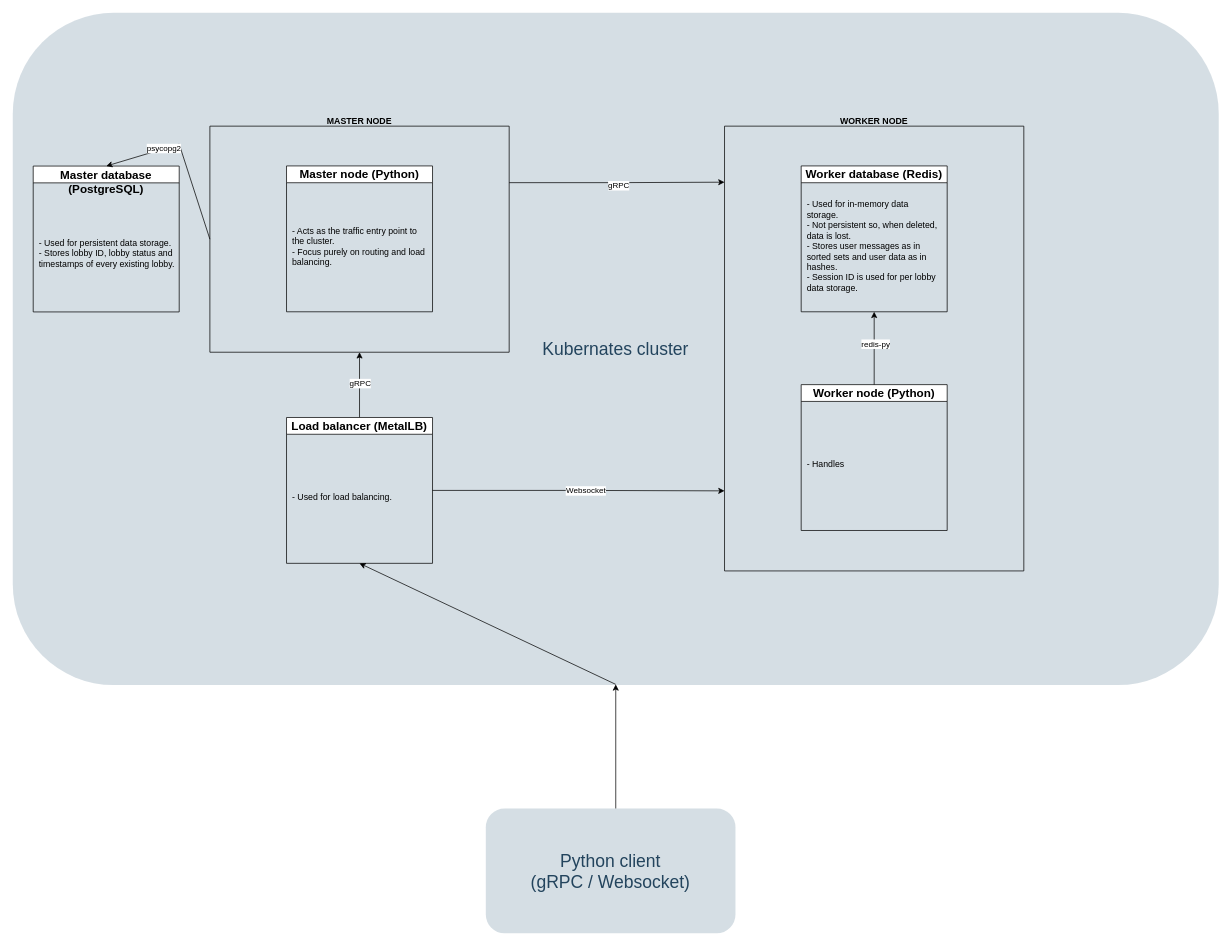
Above: system_architecture.drawio in mrMikoma/Guess-a-word (draw.io), before the change. Source tidied: cells renumbered, new cells numbered last; positions are measured from the earlier drawing's top-left corner, leaving out a move shared by most shapes. Both pictures are drawn from the tidied source at 73%, with x=0, y=0 at pixel (12, 12).
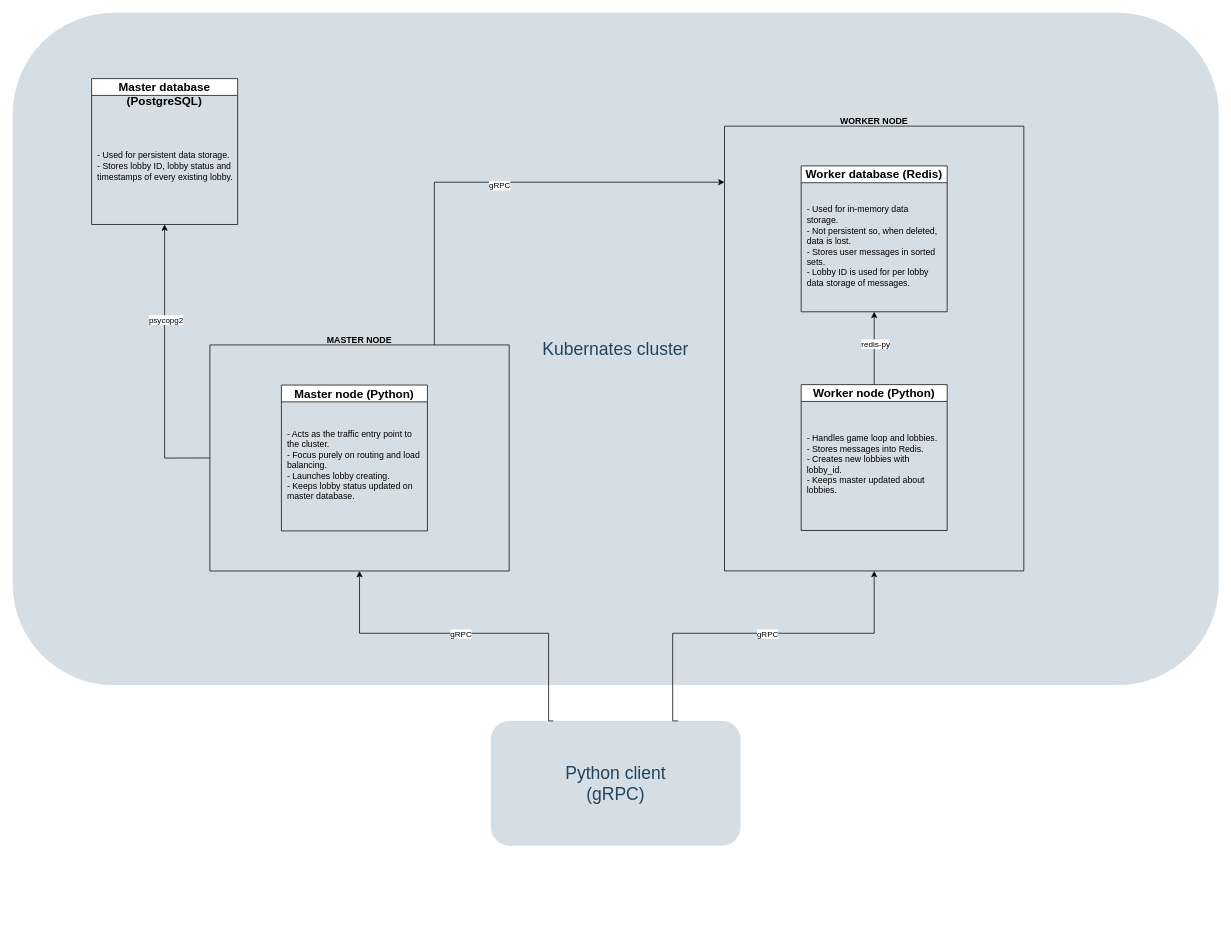
The same page after the edit.

The change refers to these unchanged cells:
```xml
<mxCell id="2" style="group;" parent="1" vertex="1">
  <mxGeometry width="1652" height="920" as="geometry" />
</mxCell>
<mxCell id="4" style="group;" parent="2" vertex="1">
  <mxGeometry x="1080" y="509.4" width="200" height="199.8" as="geometry" />
</mxCell>
<mxCell id="6" value="&lt;font style=&quot;font-size: 16px;&quot;&gt;Worker node (Python)&lt;/font&gt;" style="swimlane;whiteSpace=wrap;html=1;" parent="4" vertex="1">
  <mxGeometry width="200" height="199.8" as="geometry" />
</mxCell>
<mxCell id="7" style="group;" parent="2" vertex="1">
  <mxGeometry x="1080" y="209.8" width="200" height="199.8" as="geometry" />
</mxCell>
<mxCell id="9" value="&lt;span style=&quot;font-size: 16px;&quot;&gt;Worker database (Redis)&lt;/span&gt;" style="swimlane;whiteSpace=wrap;html=1;" parent="7" vertex="1">
  <mxGeometry width="200" height="199.8" as="geometry" />
</mxCell>
<mxCell id="11" value="WORKER NODE&#10;" style="swimlane;startSize=0;" parent="2" vertex="1">
  <mxGeometry x="975" y="155.3" width="410" height="609.3" as="geometry" />
</mxCell>
<mxCell id="27" value="&lt;div&gt;&lt;span style=&quot;font-size: 16px;&quot;&gt;&lt;br&gt;&lt;/span&gt;&lt;/div&gt;&lt;span style=&quot;font-size: 16px;&quot;&gt;Master database (PostgreSQL)&lt;/span&gt;" style="swimlane;whiteSpace=wrap;html=1;" parent="25" vertex="1">
  <mxGeometry y="-9.8" width="200" height="199.8" as="geometry" />
</mxCell>
```

Change to the diagram source:
```diff
@@
-    <mxCell id="5" value="- Handles&amp;nbsp;" style="text;strokeColor=none;fillColor=none;align=left;verticalAlign=middle;spacingLeft=4;spacingRight=4;overflow=hidden;whiteSpace=wrap;html=1;" parent="4" vertex="1">
+    <mxCell id="5" value="- Handles game loop and lobbies.&lt;br&gt;- Stores messages into Redis.&lt;br&gt;- Creates new lobbies with lobby_id.&lt;br&gt;- Keeps master updated about lobbies." style="text;strokeColor=none;fillColor=none;align=left;verticalAlign=middle;spacingLeft=4;spacingRight=4;overflow=hidden;whiteSpace=wrap;html=1;" parent="4" vertex="1">
       <mxGeometry x="2" y="20" width="196" height="179.8" as="geometry" />
     </mxCell>
@@
-    <mxCell id="8" value="- Used for in-memory data storage.&lt;div&gt;- Not persistent so, when deleted, data is lost.&lt;/div&gt;&lt;div&gt;- Stores user messages as in sorted sets and user data as in hashes.&amp;nbsp;&lt;br&gt;- Session ID is used for per lobby data storage.&lt;/div&gt;" style="text;strokeColor=none;fillColor=none;align=left;verticalAlign=middle;spacingLeft=4;spacingRight=4;overflow=hidden;whiteSpace=wrap;html=1;" parent="7" vertex="1">
+    <mxCell id="8" value="- Used for in-memory data storage.&lt;div&gt;- Not persistent so, when deleted, data is lost.&lt;/div&gt;&lt;div&gt;- Stores user messages in sorted sets.&amp;nbsp;&lt;br&gt;- Lobby ID is used for per lobby data storage of messages.&lt;/div&gt;" style="text;strokeColor=none;fillColor=none;align=left;verticalAlign=middle;spacingLeft=4;spacingRight=4;overflow=hidden;whiteSpace=wrap;html=1;" parent="7" vertex="1">
       <mxGeometry x="2" y="20" width="196" height="179.8" as="geometry" />
     </mxCell>
@@
     <mxCell id="10" value="MASTER NODE&#10;" style="swimlane;startSize=0;" parent="2" vertex="1">
-      <mxGeometry x="270" y="155.3" width="410" height="309.7" as="geometry" />
+      <mxGeometry x="270" y="455" width="410" height="309.7" as="geometry" />
     </mxCell>
@@
     <mxCell id="12" style="group;" parent="2" vertex="1">
-      <mxGeometry x="375" y="209.8" width="200" height="199.8" as="geometry" />
+      <mxGeometry x="368" y="510" width="200" height="199.8" as="geometry" />
     </mxCell>
-    <mxCell id="13" value="- Acts as the traffic entry point to the cluster.&lt;div&gt;- Focus purely on routing and load balancing.&lt;/div&gt;" style="text;strokeColor=none;fillColor=none;align=left;verticalAlign=middle;spacingLeft=4;spacingRight=4;overflow=hidden;whiteSpace=wrap;html=1;" parent="12" vertex="1">
+    <mxCell id="13" value="- Acts as the traffic entry point to the cluster.&lt;div&gt;- Focus purely on routing and load balancing.&lt;br&gt;- Launches lobby creating.&lt;br&gt;&lt;span style=&quot;background-color: initial;&quot;&gt;- Keeps lobby status updated on master database.&lt;/span&gt;&lt;br&gt;&lt;/div&gt;" style="text;strokeColor=none;fillColor=none;align=left;verticalAlign=middle;spacingLeft=4;spacingRight=4;overflow=hidden;whiteSpace=wrap;html=1;" parent="12" vertex="1">
       <mxGeometry x="2" y="20" width="196" height="179.8" as="geometry" />
     </mxCell>
@@
-    <mxCell id="15" style="edgeStyle=orthogonalEdgeStyle;rounded=0;jettySize=auto;html=1;exitX=0.5;exitY=0;exitDx=0;exitDy=0;entryX=0.5;entryY=1;entryDx=0;entryDy=0;" parent="2" edge="1" source="19" target="10">
-      <mxGeometry relative="1" as="geometry" />
-    </mxCell>
-    <mxCell id="16" value="gRPC" style="edgeLabel;html=1;align=center;verticalAlign=middle;" parent="15" vertex="1">
-      <mxGeometry x="0.06" relative="1" as="geometry" />
-    </mxCell>
-    <mxCell id="17" style="group;" parent="2" vertex="1">
-      <mxGeometry x="375" y="554.4" width="200" height="199.8" as="geometry" />
-    </mxCell>
-    <mxCell id="18" value="- Used for load balancing." style="text;strokeColor=none;fillColor=none;align=left;verticalAlign=middle;spacingLeft=4;spacingRight=4;overflow=hidden;whiteSpace=wrap;html=1;" parent="17" vertex="1">
-      <mxGeometry x="2" y="20" width="196" height="179.8" as="geometry" />
-    </mxCell>
-    <mxCell id="19" value="&lt;span style=&quot;font-size: 16px;&quot;&gt;Load balancer (MetalLB)&lt;/span&gt;" style="swimlane;whiteSpace=wrap;html=1;" parent="17" vertex="1">
-      <mxGeometry width="200" height="199.8" as="geometry" />
-    </mxCell>
-    <mxCell id="20" style="endArrow=classic;html=1;rounded=0;exitX=0.5;exitY=1;exitDx=0;exitDy=0;entryX=0.5;entryY=1;entryDx=0;entryDy=0;" parent="2" edge="1" source="2" target="19">
-      <mxGeometry relative="1" as="geometry" />
-    </mxCell>
-    <mxCell id="21" style="edgeStyle=orthogonalEdgeStyle;rounded=0;jettySize=auto;html=1;exitX=1;exitY=0.5;exitDx=0;exitDy=0;entryX=0;entryY=0.82;entryDx=0;entryDy=0;entryPerimeter=0;" parent="2" edge="1" source="19" target="11">
-      <mxGeometry relative="1" as="geometry" />
-    </mxCell>
-    <mxCell id="22" value="Websocket" style="edgeLabel;html=1;align=center;verticalAlign=middle;" parent="21" vertex="1">
-      <mxGeometry x="0.05" relative="1" as="geometry" />
-    </mxCell>
-    <mxCell id="23" style="edgeStyle=orthogonalEdgeStyle;rounded=0;jettySize=auto;html=1;exitX=1;exitY=0.25;exitDx=0;exitDy=0;entryX=0;entryY=0.126;entryDx=0;entryDy=0;entryPerimeter=0;" parent="2" edge="1" source="10" target="11">
+    <mxCell id="23" style="edgeStyle=orthogonalEdgeStyle;rounded=0;jettySize=auto;html=1;exitX=0.75;exitY=0;exitDx=0;exitDy=0;entryX=0;entryY=0.126;entryDx=0;entryDy=0;entryPerimeter=0;" parent="2" edge="1" source="10" target="11">
       <mxGeometry relative="1" as="geometry" />
     </mxCell>
@@
+    <mxCell id="30" style="endArrow=classic;html=1;rounded=0;exitX=0.5;exitY=0;exitDx=0;exitDy=0;entryX=0.5;entryY=1;entryDx=0;entryDy=0;" parent="2" edge="1" source="6" target="9">
+      <mxGeometry relative="1" as="geometry" />
+    </mxCell>
+    <mxCell id="31" value="redis-py" style="edgeLabel;html=1;align=center;verticalAlign=middle;" parent="30" vertex="1">
+      <mxGeometry x="0.12" y="-1" relative="1" as="geometry" />
+    </mxCell>
     <mxCell id="25" style="group;" parent="2" vertex="1">
-      <mxGeometry x="28" y="219.8" width="200" height="199.8" as="geometry" />
+      <mxGeometry x="108" y="100" width="200" height="199.8" as="geometry" />
     </mxCell>
@@
-    <mxCell id="28" style="endArrow=classic;html=1;rounded=0;exitX=0;exitY=0.5;exitDx=0;exitDy=0;entryX=0.5;entryY=0;entryDx=0;entryDy=0;" parent="2" edge="1" source="10" target="27">
+    <mxCell id="28" style="endArrow=classic;html=1;rounded=0;exitX=0;exitY=0.5;exitDx=0;exitDy=0;entryX=0.5;entryY=1;entryDx=0;entryDy=0;" parent="2" edge="1" source="10" target="27">
       <mxGeometry relative="1" as="geometry">
         <Array as="points">
-          <mxPoint x="228" y="180" />
+          <mxPoint x="208" y="610" />
         </Array>
       </mxGeometry>
     </mxCell>
@@
-    <mxCell id="30" style="endArrow=classic;html=1;rounded=0;exitX=0.5;exitY=0;exitDx=0;exitDy=0;entryX=0.5;entryY=1;entryDx=0;entryDy=0;" parent="2" edge="1" source="6" target="9">
-      <mxGeometry relative="1" as="geometry" />
-    </mxCell>
-    <mxCell id="31" value="redis-py" style="edgeLabel;html=1;align=center;verticalAlign=middle;" parent="30" vertex="1">
-      <mxGeometry x="0.12" y="-1" relative="1" as="geometry" />
-    </mxCell>
-    <mxCell id="32" value="Python client&lt;br&gt;(gRPC / Websocket)" style="rounded=1;whiteSpace=wrap;html=1;strokeColor=none;fillColor=#BAC8D3;fontSize=24;fontColor=#23445D;align=center;opacity=60;" parent="1" vertex="1">
-      <mxGeometry x="648" y="1090" width="342" height="171" as="geometry" />
+    <mxCell id="32" value="Python client&lt;br&gt;(gRPC)" style="rounded=1;whiteSpace=wrap;html=1;strokeColor=none;fillColor=#BAC8D3;fontSize=24;fontColor=#23445D;align=center;opacity=60;" parent="1" vertex="1">
+      <mxGeometry x="655" y="970" width="342" height="171" as="geometry" />
     </mxCell>
@@
-    <mxCell id="35" style="endArrow=classic;html=1;rounded=0;entryX=0.5;entryY=1;entryDx=0;entryDy=0;" parent="1" edge="1" target="2">
-      <mxGeometry relative="1" as="geometry">
-        <mxPoint x="826" y="1090" as="sourcePoint" />
-      </mxGeometry>
-    </mxCell>
+    <mxCell id="21" style="edgeStyle=orthogonalEdgeStyle;rounded=0;jettySize=auto;html=1;exitX=0.75;exitY=0;exitDx=0;exitDy=0;entryX=0.5;entryY=1;entryDx=0;entryDy=0;" parent="1" edge="1" source="32" target="11">
+      <mxGeometry relative="1" as="geometry">
+        <Array as="points">
+          <mxPoint x="904" y="850" />
+          <mxPoint x="1180" y="850" />
+        </Array>
+      </mxGeometry>
+    </mxCell>
+    <mxCell id="22" value="gRPC" style="edgeLabel;html=1;align=center;verticalAlign=middle;" parent="21" vertex="1">
+      <mxGeometry x="0.05" relative="1" as="geometry" />
+    </mxCell>
+    <mxCell id="36" style="edgeStyle=orthogonalEdgeStyle;rounded=0;jettySize=auto;html=1;exitX=0.25;exitY=0;exitDx=0;exitDy=0;entryX=0.5;entryY=1;entryDx=0;entryDy=0;" parent="1" edge="1" source="32" target="10">
+      <mxGeometry relative="1" as="geometry">
+        <Array as="points">
+          <mxPoint x="734" y="850" />
+          <mxPoint x="475" y="850" />
+        </Array>
+      </mxGeometry>
+    </mxCell>
+    <mxCell id="16" value="gRPC" style="edgeLabel;html=1;align=center;verticalAlign=middle;" parent="36" vertex="1">
+      <mxGeometry x="0.05" relative="1" as="geometry" />
+    </mxCell>
```
